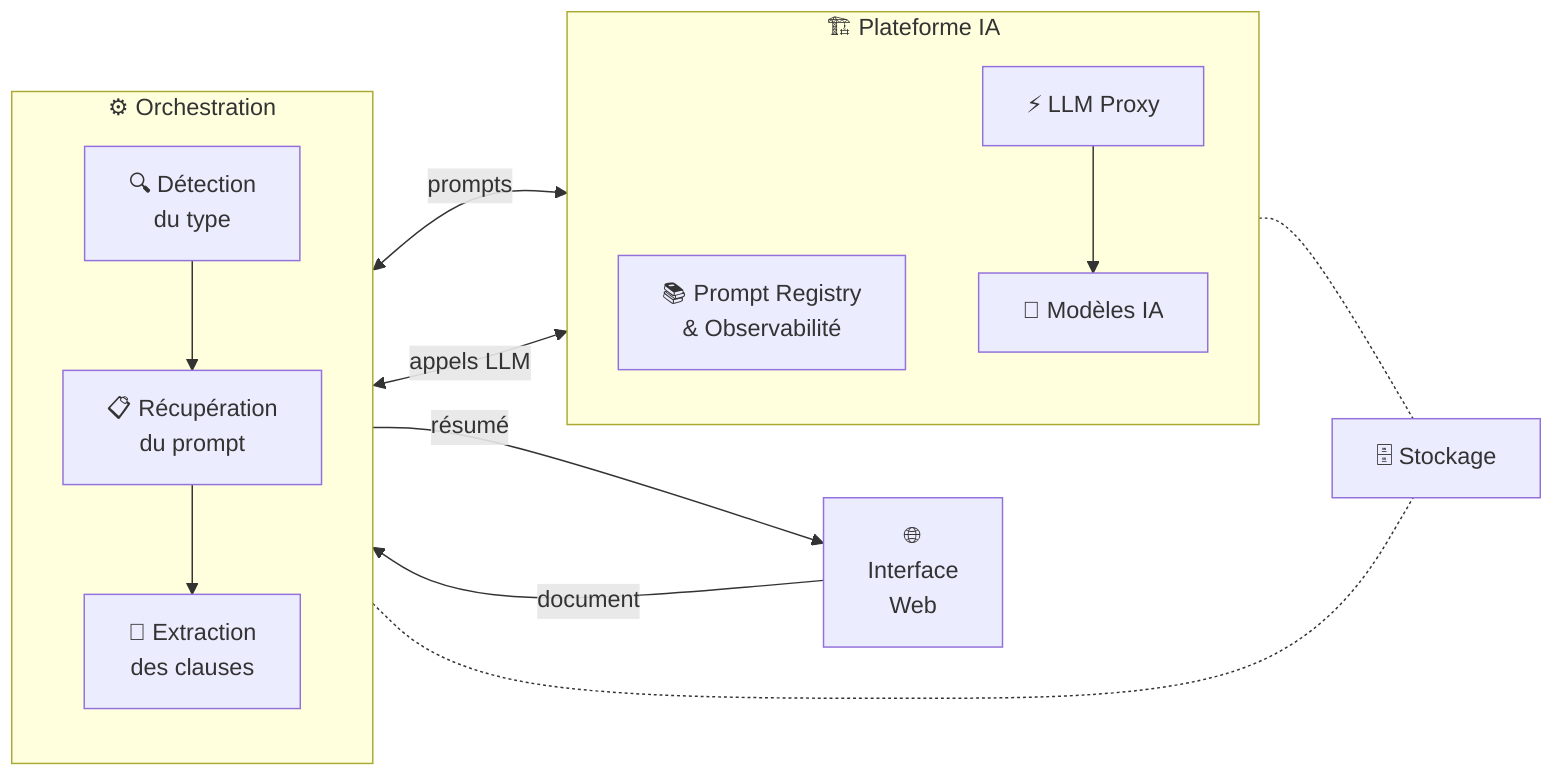
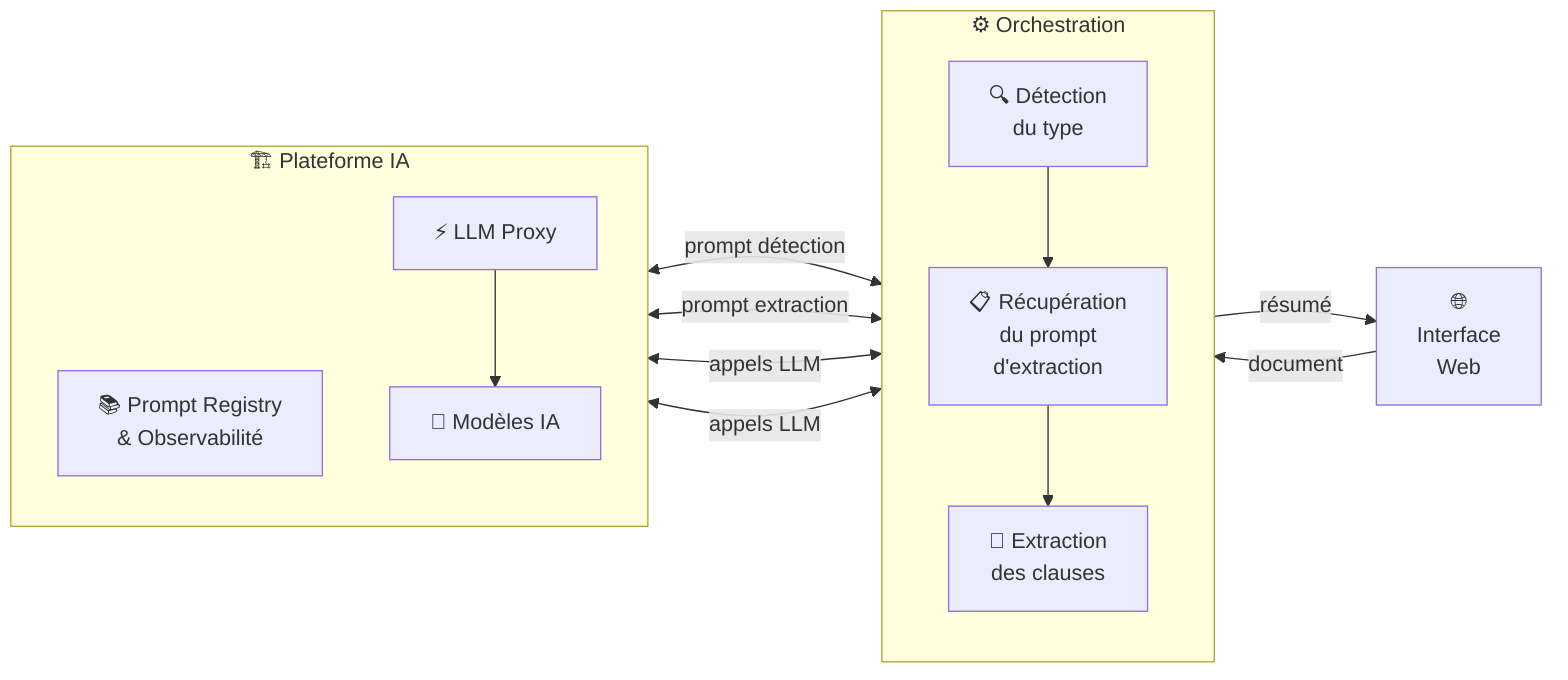
flowchart LR
  UI["🌐\nInterface\nWeb"]

  subgraph ORCH["⚙️ Orchestration"]
    direction TB
    DT["🔍 Détection\ndu type"]
-     GP["📋 Récupération\ndu prompt"]
+     GP["📋 Récupération\ndu prompt\nd'extraction"]
    EX["🤖 Extraction\ndes clauses"]
    DT --> GP --> EX
  end

  subgraph INFRA["🏗️ Plateforme IA"]
    direction TB
    PR["📚 Prompt Registry\n& Observabilité"]
    PROXY["⚡ LLM Proxy"]
    LLM["🧠 Modèles IA"]
    PROXY --> LLM
  end

-   DB["🗄️ Stockage"]
- 
  UI -->|"document"| DT
  EX -->|"résumé"| UI
-   GP <-->|"prompts"| PR
+   PR <-->|"prompt détection"| DT
+   PR <-->|"prompt extraction"| GP
  EX <-->|"appels LLM"| PROXY
-   ORCH -.- DB
-   INFRA -.- DB
+   DT <-->|"appels LLM"| PROXY
